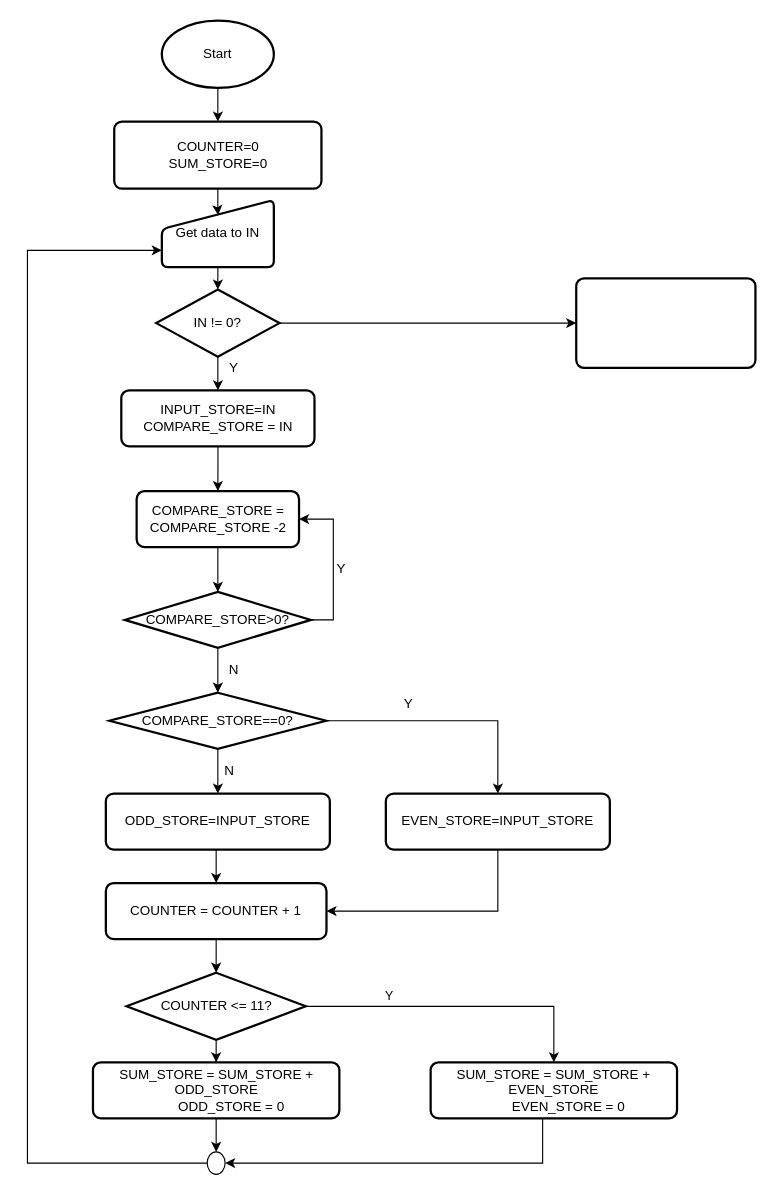
The draw.io diagram doc/Untitled Diagram.drawio in kazenoai/SerialCAN, before the edit. Source tidied: cells renumbered, new cells numbered last; positions are measured from the earlier drawing's top-left corner, leaving out a move shared by most shapes. Both pictures are drawn from the tidied source at 112%, with x=0, y=0 at pixel (27, 20).
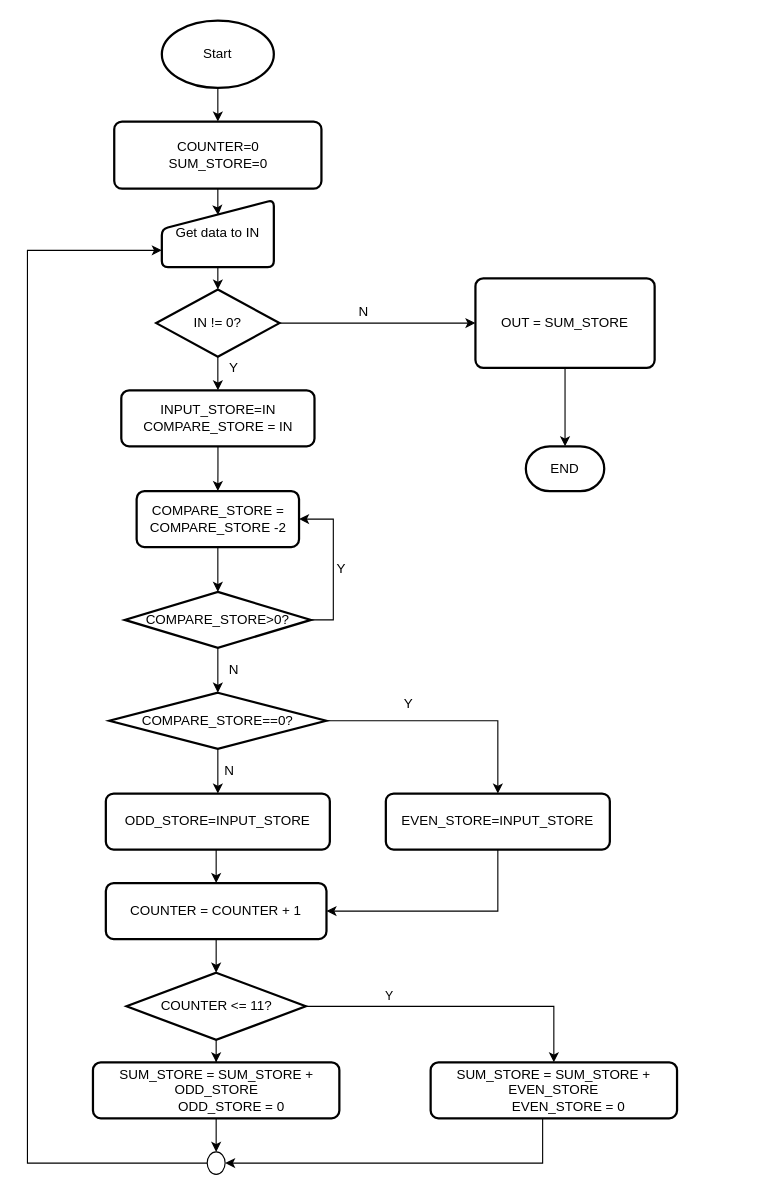
After the change.

The edit, as a diff of the source:
```diff
@@
+    <mxCell id="43" style="edgeStyle=orthogonalEdgeStyle;rounded=0;jettySize=auto;html=1;" parent="1" edge="1" source="42" target="45">
+      <mxGeometry relative="1" as="geometry" />
+    </mxCell>
-    <mxCell id="42" style="rounded=1;whiteSpace=wrap;html=1;absoluteArcSize=1;arcSize=14;strokeWidth=2;" parent="1" vertex="1">
-      <mxGeometry x="490" y="230" width="160" height="80" as="geometry" />
+    <mxCell id="42" value="OUT = SUM_STORE" style="rounded=1;whiteSpace=wrap;html=1;absoluteArcSize=1;arcSize=14;strokeWidth=2;" parent="1" vertex="1">
+      <mxGeometry x="400" y="230" width="160" height="80" as="geometry" />
     </mxCell>
+    <mxCell id="44" value="N" style="text;html=1;align=center;verticalAlign=middle;strokeColor=none;" parent="1" vertex="1">
+      <mxGeometry x="290" y="250" width="20" height="20" as="geometry" />
+    </mxCell>
+    <mxCell id="45" value="END" style="strokeWidth=2;html=1;shape=mxgraph.flowchart.terminator;whiteSpace=wrap;" parent="1" vertex="1">
+      <mxGeometry x="445" y="380" width="70" height="40" as="geometry" />
+    </mxCell>
```
